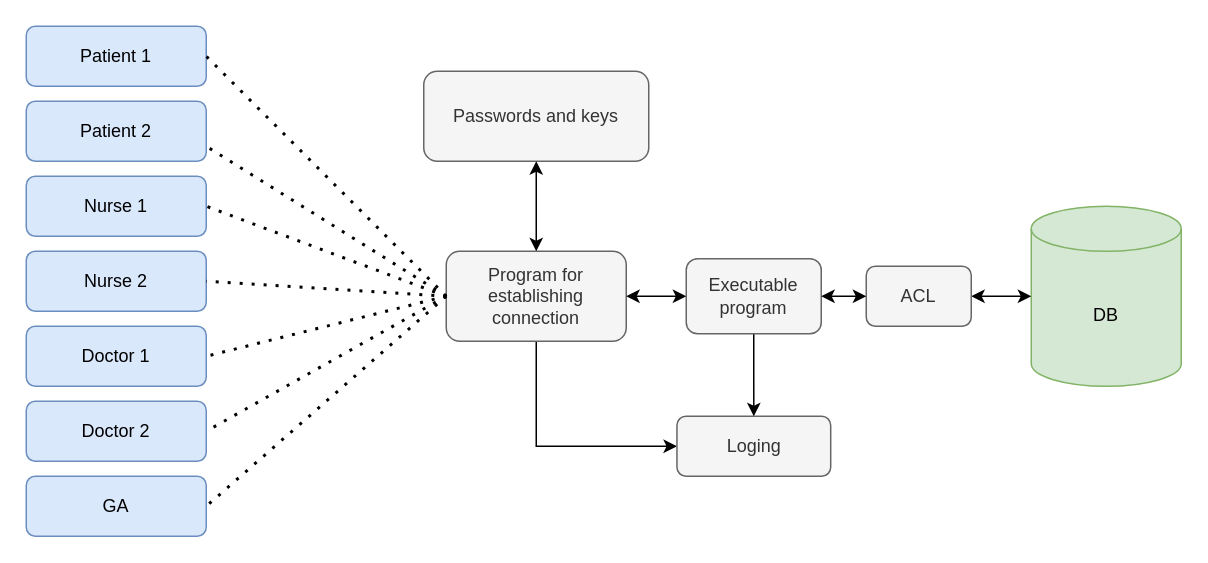
Earlier version of the draw.io diagram system_architecture_1.drawio (evelinadanielsson/EITA25-project-2). Source tidied: cells renumbered, new cells numbered last; positions are measured from the earlier drawing's top-left corner, leaving out a move shared by most shapes. Both pictures are drawn from the tidied source at 150%, with x=0, y=0 at pixel (26, 26).
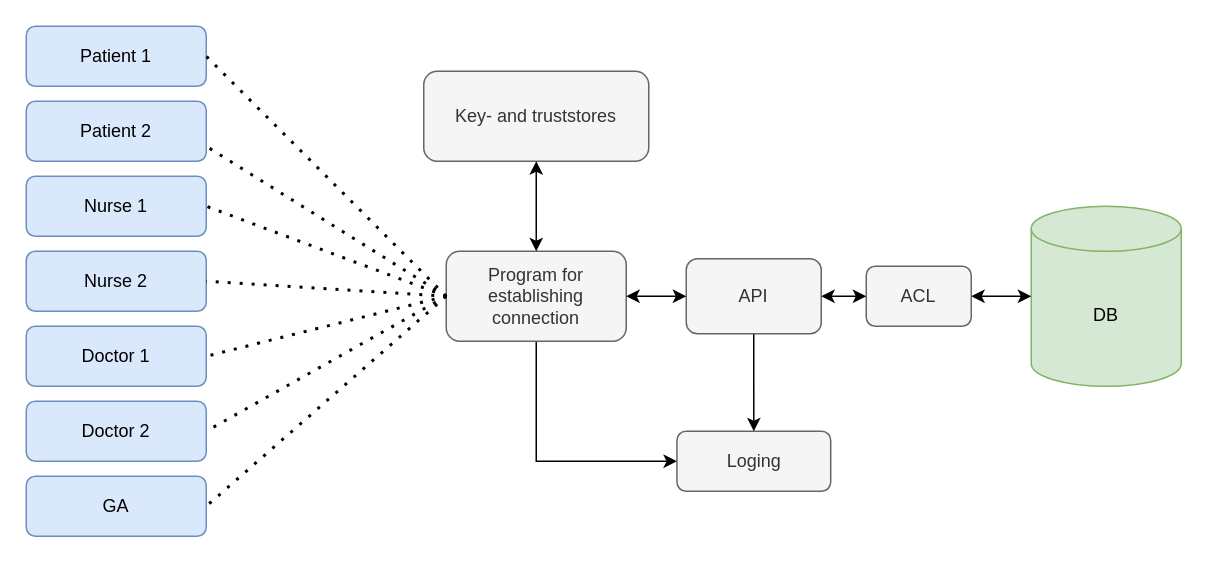
After the change.

The edit, as a diff of the source:
```diff
@@
-    <mxCell id="12" value="Passwords and keys" style="rounded=1;whiteSpace=wrap;html=1;fillColor=#f5f5f5;strokeColor=#666666;fontColor=#333333;" parent="1" vertex="1">
+    <mxCell id="12" value="Key- and truststores" style="rounded=1;whiteSpace=wrap;html=1;fillColor=#f5f5f5;strokeColor=#666666;fontColor=#333333;" parent="1" vertex="1">
       <mxGeometry x="265" y="30" width="150" height="60" as="geometry" />
     </mxCell>
@@
     <mxCell id="22" value="Loging" style="rounded=1;whiteSpace=wrap;html=1;fillColor=#f5f5f5;strokeColor=#666666;fontColor=#333333;" parent="1" vertex="1">
-      <mxGeometry x="433.8" y="260" width="102.5" height="40" as="geometry" />
+      <mxGeometry x="433.8" y="270" width="102.5" height="40" as="geometry" />
     </mxCell>
@@
-    <mxCell id="25" value="Executable program" style="rounded=1;whiteSpace=wrap;html=1;fillColor=#f5f5f5;strokeColor=#666666;fontColor=#333333;" parent="1" vertex="1">
+    <mxCell id="25" value="API" style="rounded=1;whiteSpace=wrap;html=1;fillColor=#f5f5f5;strokeColor=#666666;fontColor=#333333;" parent="1" vertex="1">
       <mxGeometry x="440" y="155" width="90" height="50" as="geometry" />
     </mxCell>
```
